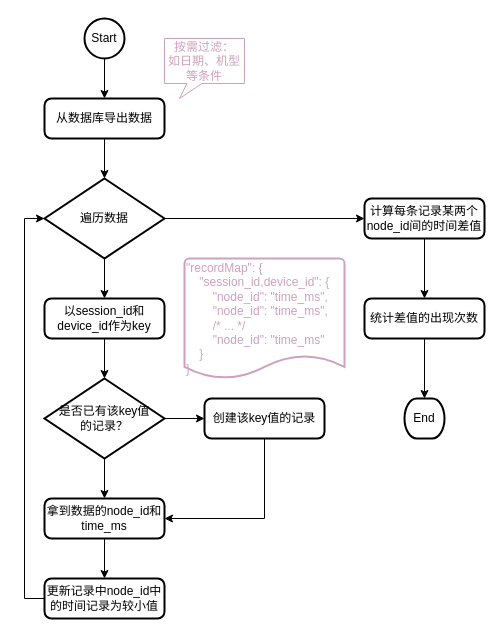
Earlier version of the draw.io diagram 启动监控数据流程.drawio (Cmdone/Draw.io). Source tidied: cells renumbered, new cells numbered last; positions are measured from the earlier drawing's top-left corner, leaving out a move shared by most shapes. Both pictures are drawn from the tidied source at 100%, with x=0, y=0 at pixel (44, 18).
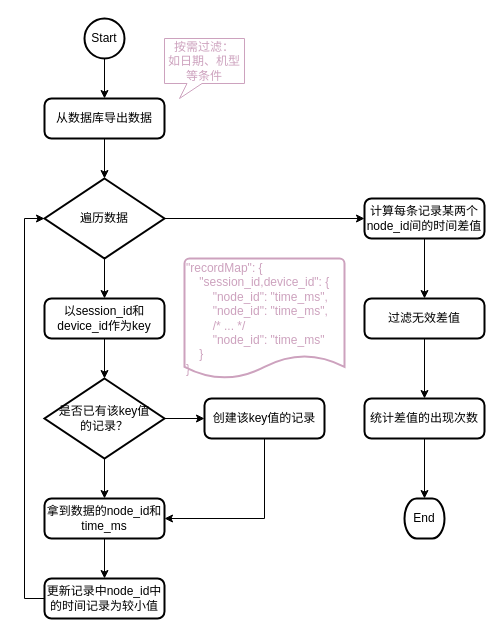
After the change.

Commit message (it also covers changes not shown here):
Update 启动监控数据流程.drawio

The change refers to these unchanged cells:
```xml
<mxCell id="22" value="计算每条记录某两个node_id间的时间差值" style="rounded=1;whiteSpace=wrap;html=1;absoluteArcSize=1;arcSize=14;strokeWidth=2;fillColor=none;" parent="1" vertex="1">
  <mxGeometry x="320" y="180" width="120" height="40" as="geometry" />
</mxCell>
```

Diff of the diagram source:
```diff
@@
-    <mxCell id="21" style="edgeStyle=orthogonalEdgeStyle;rounded=0;jettySize=auto;html=1;exitX=0.5;exitY=1;exitDx=0;exitDy=0;entryX=0.5;entryY=0;entryDx=0;entryDy=0;" parent="1" edge="1" source="22" target="25">
+    <mxCell id="21" style="edgeStyle=orthogonalEdgeStyle;rounded=0;jettySize=auto;html=1;exitX=0.5;exitY=1;exitDx=0;exitDy=0;entryX=0.5;entryY=0;entryDx=0;entryDy=0;" parent="1" edge="1" source="22" target="28">
       <mxGeometry relative="1" as="geometry" />
     </mxCell>
@@
     <mxCell id="25" value="统计差值的出现次数" style="rounded=1;whiteSpace=wrap;html=1;absoluteArcSize=1;arcSize=14;strokeWidth=2;fillColor=none;" parent="1" vertex="1">
-      <mxGeometry x="320" y="280" width="120" height="40" as="geometry" />
+      <mxGeometry x="320" y="380" width="120" height="40" as="geometry" />
     </mxCell>
     <mxCell id="26" value="End" style="strokeWidth=2;html=1;shape=mxgraph.flowchart.terminator;whiteSpace=wrap;fillColor=none;" parent="1" vertex="1">
-      <mxGeometry x="360" y="380" width="40" height="40" as="geometry" />
+      <mxGeometry x="360" y="480" width="40" height="40" as="geometry" />
     </mxCell>
+    <mxCell id="27" style="edgeStyle=orthogonalEdgeStyle;rounded=0;jettySize=auto;html=1;exitX=0.5;exitY=1;exitDx=0;exitDy=0;entryX=0.5;entryY=0;entryDx=0;entryDy=0;" parent="1" edge="1" source="28" target="25">
+      <mxGeometry relative="1" as="geometry" />
+    </mxCell>
+    <mxCell id="28" value="过滤无效差值" style="rounded=1;whiteSpace=wrap;html=1;absoluteArcSize=1;arcSize=14;strokeWidth=2;fillColor=none;" parent="1" vertex="1">
+      <mxGeometry x="320" y="280" width="120" height="40" as="geometry" />
+    </mxCell>
```
